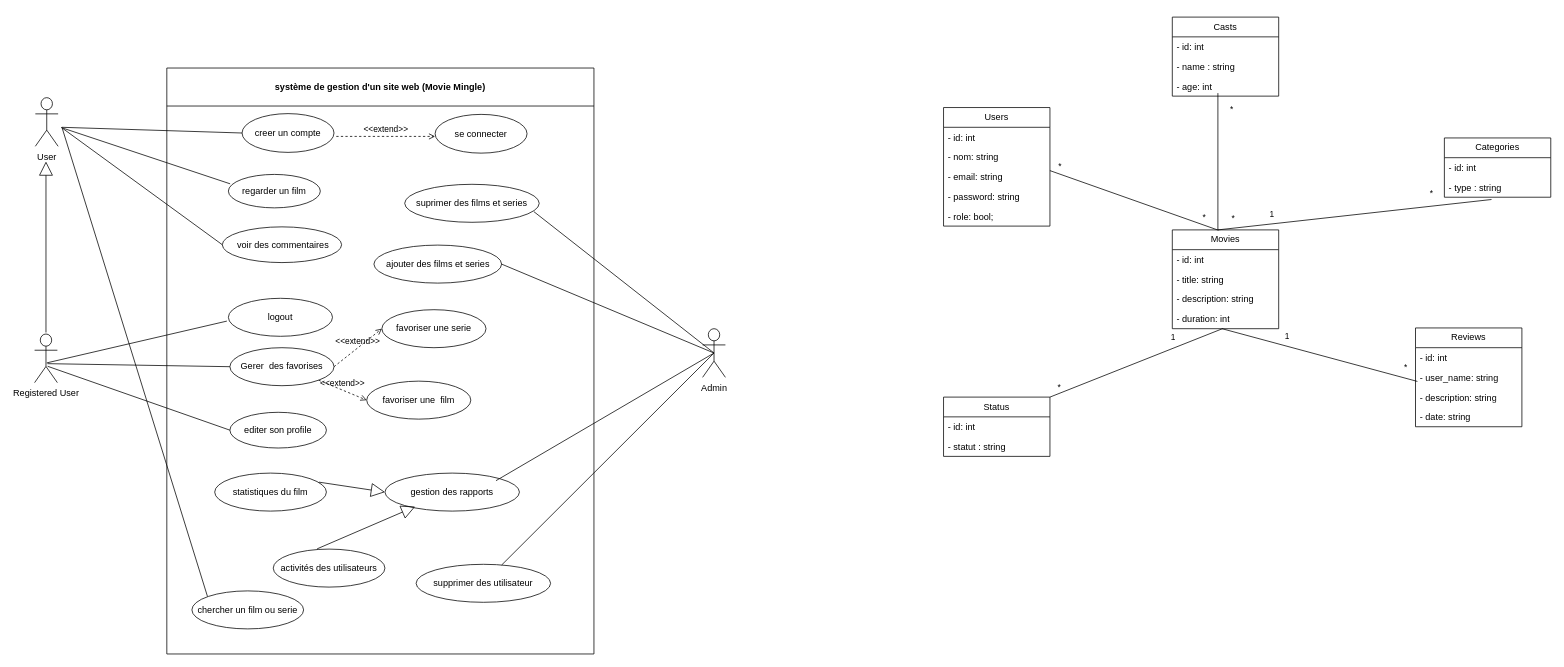
Before: conception/Diagramme sans nom.drawio in Echaftech23/Brief_2, a draw.io diagram. Source tidied: cells renumbered, new cells numbered last; positions are measured from the earlier drawing's top-left corner, leaving out a move shared by most shapes. Both pictures are drawn from the tidied source at 76%, with x=0, y=0 at pixel (34, 17).
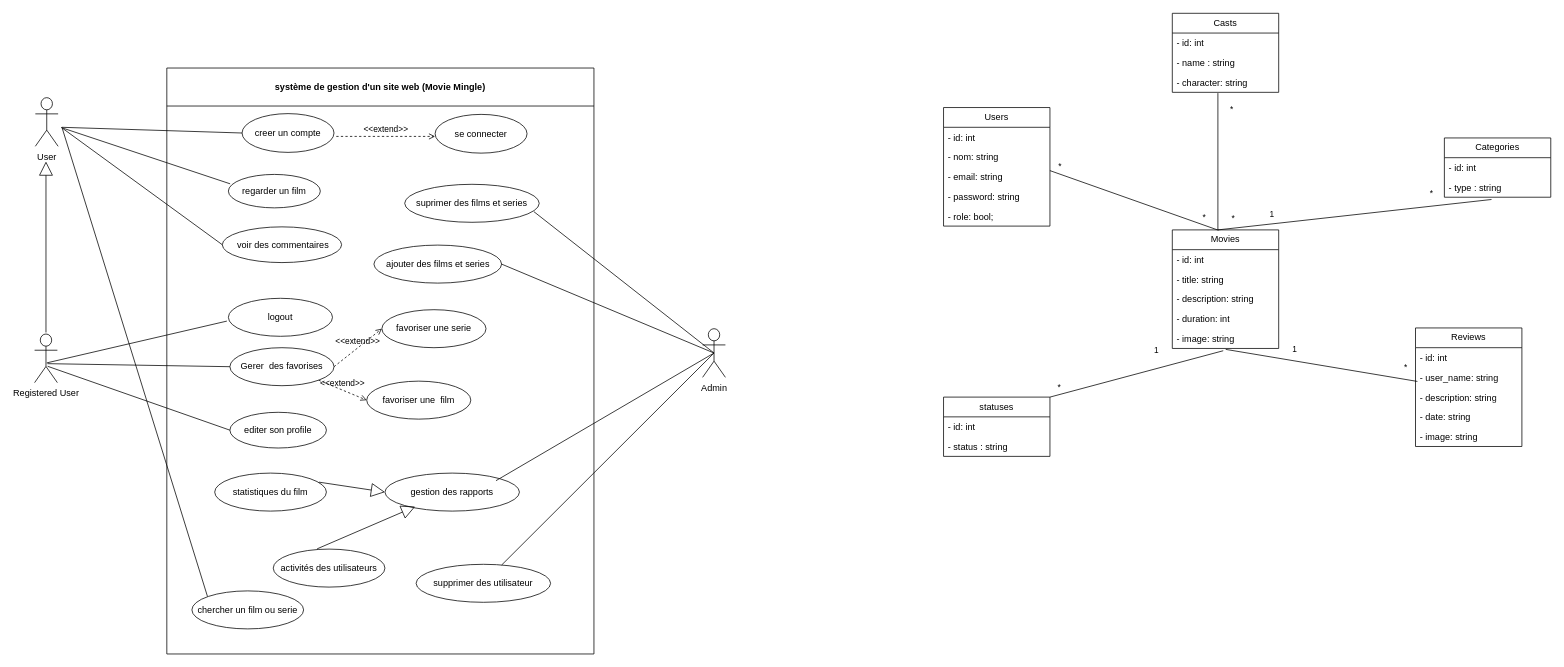
After the change.

Commit message:
update class diagram

Unchanged cells that the change refers to:
```xml
<mxCell id="37" value="- duration: int" style="text;strokeColor=none;fillColor=none;align=left;verticalAlign=top;spacingLeft=4;spacingRight=4;overflow=hidden;points=[[0,0.5],[1,0.5]];portConstraint=eastwest;whiteSpace=wrap;html=1;" parent="33" vertex="1">
  <mxGeometry y="104" width="140" height="26" as="geometry" />
</mxCell>
<mxCell id="44" value="- user_name: string" style="text;strokeColor=none;fillColor=none;align=left;verticalAlign=top;spacingLeft=4;spacingRight=4;overflow=hidden;points=[[0,0.5],[1,0.5]];portConstraint=eastwest;whiteSpace=wrap;html=1;" parent="42" vertex="1">
  <mxGeometry y="52" width="140" height="26" as="geometry" />
</mxCell>
<mxCell id="53" style="endArrow=none;html=1;rounded=0;entryX=0;entryY=0.5;entryDx=0;entryDy=0;" parent="1" edge="1">
  <mxGeometry relative="1" as="geometry">
    <mxPoint x="1557" y="100" as="sourcePoint" />
    <mxPoint x="1557" y="280" as="targetPoint" />
  </mxGeometry>
</mxCell>
```

What changed in the source:
```diff
@@
     <mxCell id="33" value="Movies" style="swimlane;fontStyle=0;horizontal=1;startSize=26;fillColor=none;whiteSpace=wrap;html=1;" parent="1" vertex="1">
-      <mxGeometry x="1497" y="280" width="140" height="130" as="geometry" />
+      <mxGeometry x="1497" y="280" width="140" height="156" as="geometry" />
     </mxCell>
@@
+    <mxCell id="80" value="- image: string" style="text;strokeColor=none;fillColor=none;align=left;verticalAlign=top;spacingLeft=4;spacingRight=4;overflow=hidden;points=[[0,0.5],[1,0.5]];portConstraint=eastwest;whiteSpace=wrap;html=1;" parent="33" vertex="1">
+      <mxGeometry y="130" width="140" height="26" as="geometry" />
+    </mxCell>
@@
     <mxCell id="42" value="Reviews" style="swimlane;fontStyle=0;horizontal=1;startSize=26;fillColor=none;whiteSpace=wrap;html=1;" parent="1" vertex="1">
-      <mxGeometry x="1817" y="409" width="140" height="130" as="geometry" />
+      <mxGeometry x="1817" y="409" width="140" height="156" as="geometry" />
     </mxCell>
@@
+    <mxCell id="81" value="- image: string" style="text;strokeColor=none;fillColor=none;align=left;verticalAlign=top;spacingLeft=4;spacingRight=4;overflow=hidden;whiteSpace=wrap;html=1;" parent="42" vertex="1">
+      <mxGeometry y="130" width="140" height="26" as="geometry" />
+    </mxCell>
@@
     <mxCell id="48" value="Casts" style="swimlane;fontStyle=0;horizontal=1;startSize=26;fillColor=none;whiteSpace=wrap;html=1;" parent="1" vertex="1">
-      <mxGeometry x="1497" width="140" height="104" as="geometry" />
+      <mxGeometry x="1497" y="-5" width="140" height="104" as="geometry" />
     </mxCell>
@@
-    <mxCell id="51" value="- age: int" style="text;strokeColor=none;fillColor=none;align=left;verticalAlign=top;spacingLeft=4;spacingRight=4;overflow=hidden;whiteSpace=wrap;html=1;" parent="48" vertex="1">
+    <mxCell id="51" value="- character: string" style="text;strokeColor=none;fillColor=none;align=left;verticalAlign=top;spacingLeft=4;spacingRight=4;overflow=hidden;whiteSpace=wrap;html=1;" parent="48" vertex="1">
       <mxGeometry y="78" width="140" height="26" as="geometry" />
     </mxCell>
-    <mxCell id="52" style="endArrow=none;html=1;rounded=0;entryX=0.467;entryY=1;entryDx=0;entryDy=0;exitX=0.018;exitY=0.707;exitDx=0;exitDy=0;entryPerimeter=0;exitPerimeter=0;" parent="1" edge="1" source="44" target="37">
+    <mxCell id="52" style="endArrow=none;html=1;rounded=0;entryX=0.502;entryY=1.047;entryDx=0;entryDy=0;exitX=0.018;exitY=0.707;exitDx=0;exitDy=0;entryPerimeter=0;exitPerimeter=0;" parent="1" edge="1" source="44" target="80">
       <mxGeometry relative="1" as="geometry" />
     </mxCell>
@@
     <mxCell id="61" value="1" style="edgeLabel;html=1;align=center;verticalAlign=middle;" parent="53" vertex="1">
       <mxGeometry x="0.05" relative="1" as="geometry">
-        <mxPoint x="90" y="224" as="offset" />
+        <mxPoint x="100" y="241" as="offset" />
       </mxGeometry>
     </mxCell>
     <mxCell id="62" value="1" style="edgeLabel;html=1;align=center;verticalAlign=middle;" parent="53" vertex="1">
       <mxGeometry x="0.05" relative="1" as="geometry">
-        <mxPoint x="-60" y="226" as="offset" />
+        <mxPoint x="-82" y="243" as="offset" />
       </mxGeometry>
     </mxCell>
@@
     <mxCell id="64" style="endArrow=none;html=1;rounded=0;entryX=1;entryY=0;entryDx=0;entryDy=0;" parent="1" edge="1" target="65">
       <mxGeometry relative="1" as="geometry">
-        <mxPoint x="1563" y="410" as="sourcePoint" />
+        <mxPoint x="1564" y="439" as="sourcePoint" />
       </mxGeometry>
     </mxCell>
-    <mxCell id="65" value="Status" style="swimlane;fontStyle=0;horizontal=1;startSize=26;fillColor=none;whiteSpace=wrap;html=1;" parent="1" vertex="1">
+    <mxCell id="65" value="statuses" style="swimlane;fontStyle=0;horizontal=1;startSize=26;fillColor=none;whiteSpace=wrap;html=1;" parent="1" vertex="1">
       <mxGeometry x="1196" y="500" width="140" height="78" as="geometry" />
     </mxCell>
@@
-    <mxCell id="67" value="- statut : string" style="text;strokeColor=none;fillColor=none;align=left;verticalAlign=top;spacingLeft=4;spacingRight=4;overflow=hidden;whiteSpace=wrap;html=1;" parent="65" vertex="1">
+    <mxCell id="67" value="- status : string" style="text;strokeColor=none;fillColor=none;align=left;verticalAlign=top;spacingLeft=4;spacingRight=4;overflow=hidden;whiteSpace=wrap;html=1;" parent="65" vertex="1">
       <mxGeometry y="52" width="140" height="26" as="geometry" />
     </mxCell>
```
